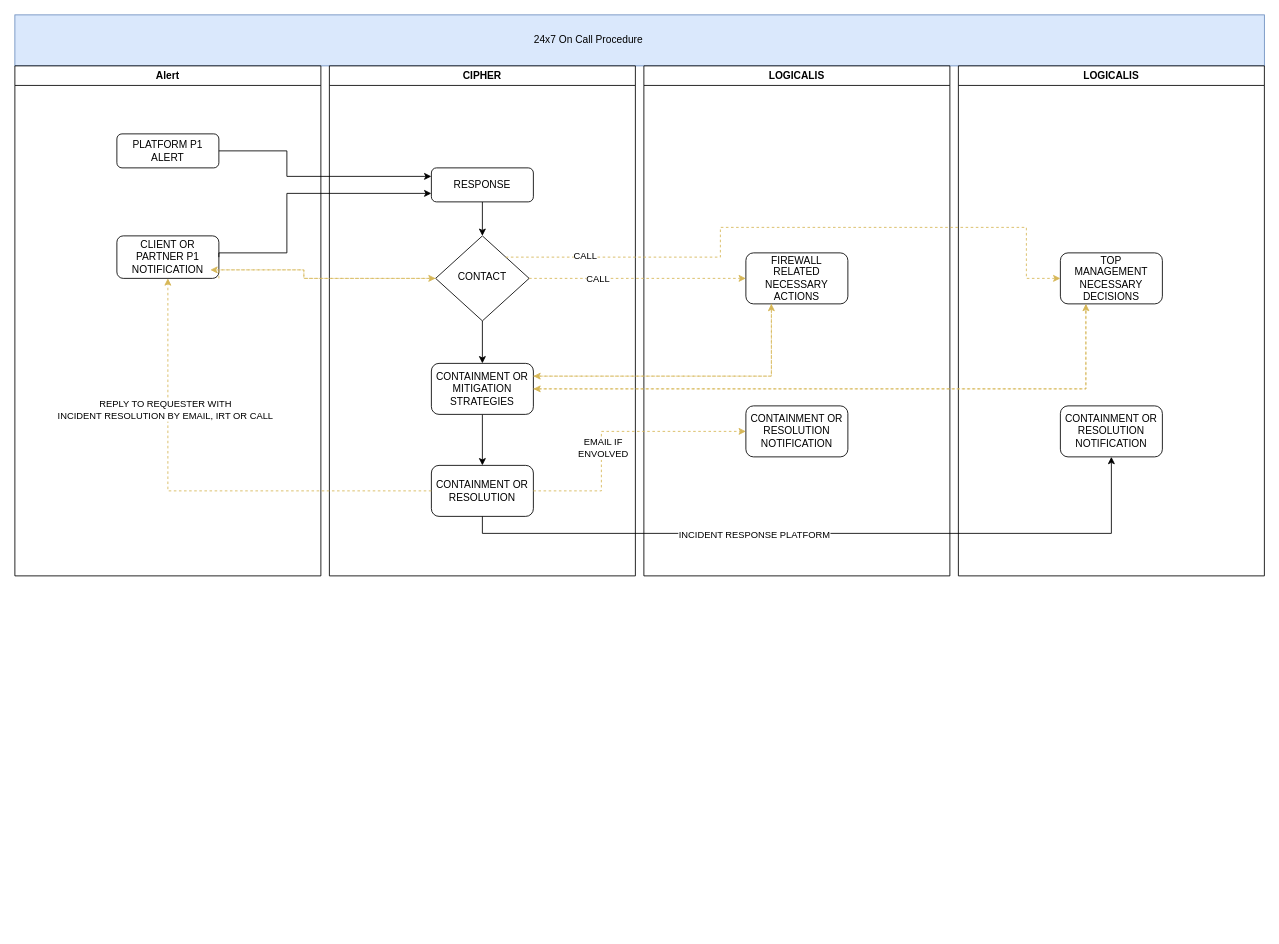
Earlier version of the draw.io diagram Diagrama sem nome.drawio (SousinhaT/SousinhaT). Source tidied: cells renumbered, new cells numbered last; positions are measured from the earlier drawing's top-left corner, leaving out a move shared by most shapes. Both pictures are drawn from the tidied source at 85%, with x=0, y=0 at pixel (14, 14).
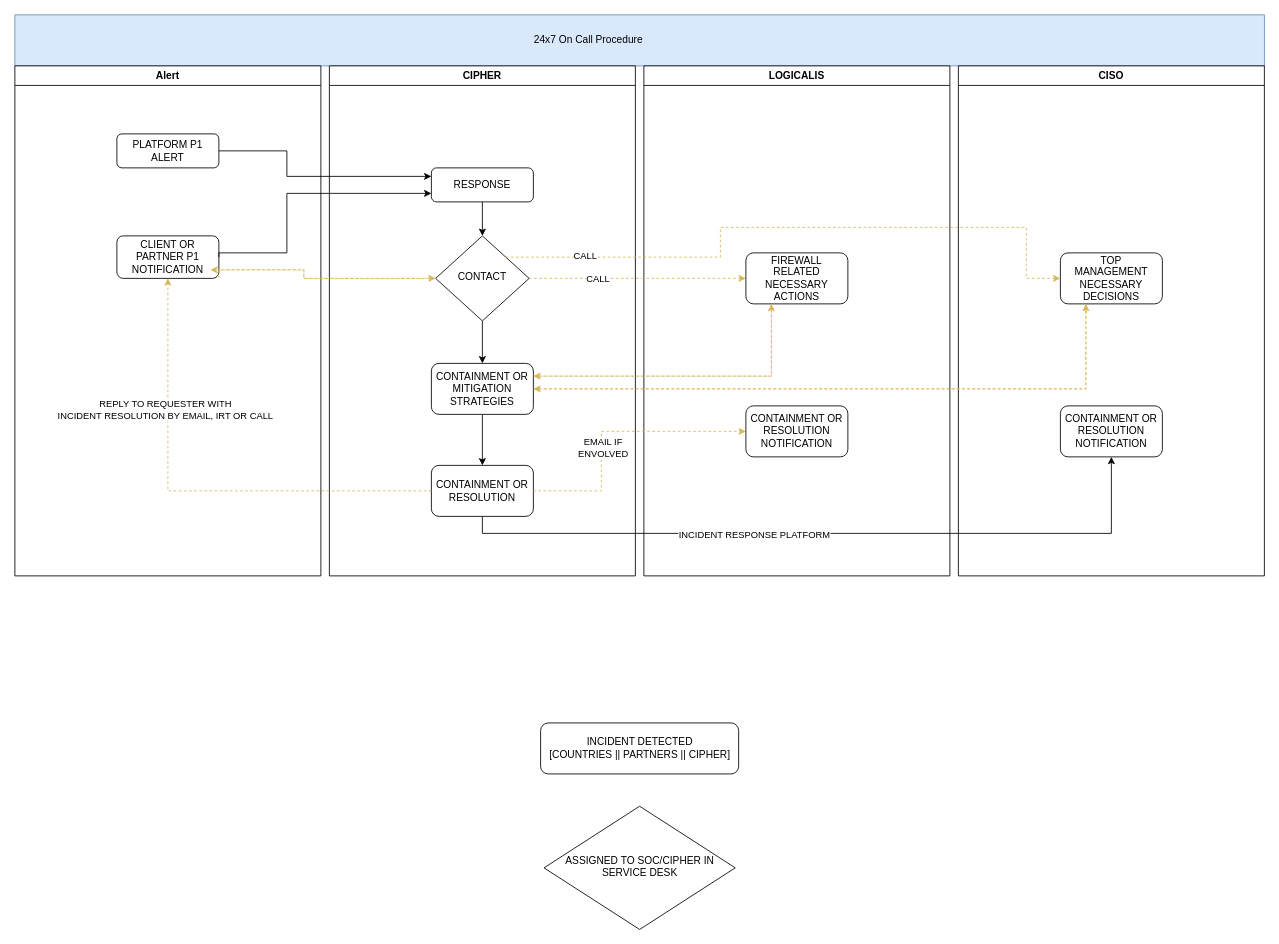
The same diagram, later.

Diff of the diagram source:
```diff
@@
-    <mxCell id="22" value="LOGICALIS" style="swimlane;whiteSpace=wrap;html=1;" parent="1" vertex="1">
+    <mxCell id="22" value="CISO" style="swimlane;whiteSpace=wrap;html=1;startSize=23;" parent="1" vertex="1">
       <mxGeometry x="1110" y="60" width="360" height="600" as="geometry" />
     </mxCell>
@@
+    <mxCell id="43" value="INCIDENT DETECTED&lt;br&gt;[COUNTRIES || PARTNERS || CIPHER]" style="rounded=1;whiteSpace=wrap;html=1;" parent="1" vertex="1">
+      <mxGeometry x="618.5" y="833" width="233" height="60" as="geometry" />
+    </mxCell>
+    <mxCell id="44" value="ASSIGNED TO SOC/CIPHER IN &lt;br&gt;SERVICE DESK" style="rhombus;whiteSpace=wrap;html=1;shadow=0;fontFamily=Helvetica;fontSize=12;align=center;strokeWidth=1;spacing=6;spacingTop=-4;" parent="1" vertex="1">
+      <mxGeometry x="622.5" y="931" width="225" height="145" as="geometry" />
+    </mxCell>
```
